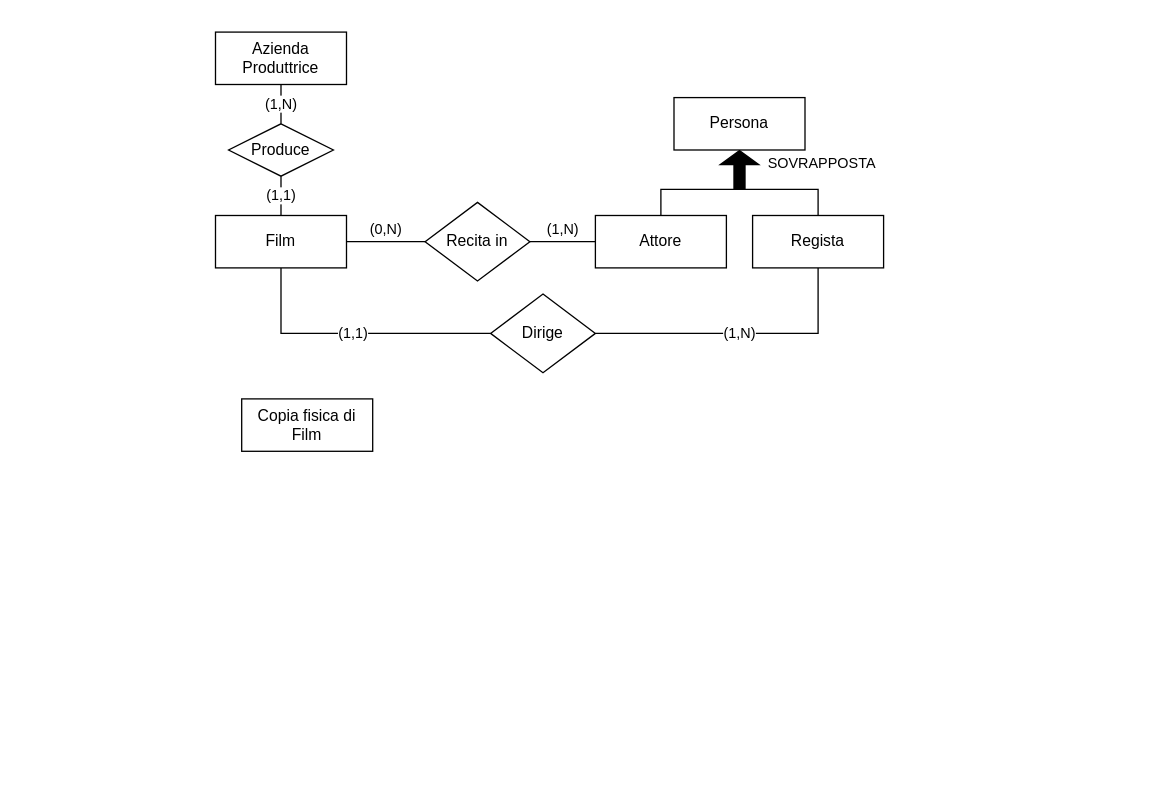
lazylace37/uni_basi_di_dati_lab keeps this draw.io diagram as ER.drawio. Above is the earlier version. Source tidied: cells renumbered, new cells numbered last; positions are measured from the earlier drawing's top-left corner, leaving out a move shared by most shapes. Both pictures are drawn from the tidied source at 131%, with x=0, y=0 at pixel (215, 31).
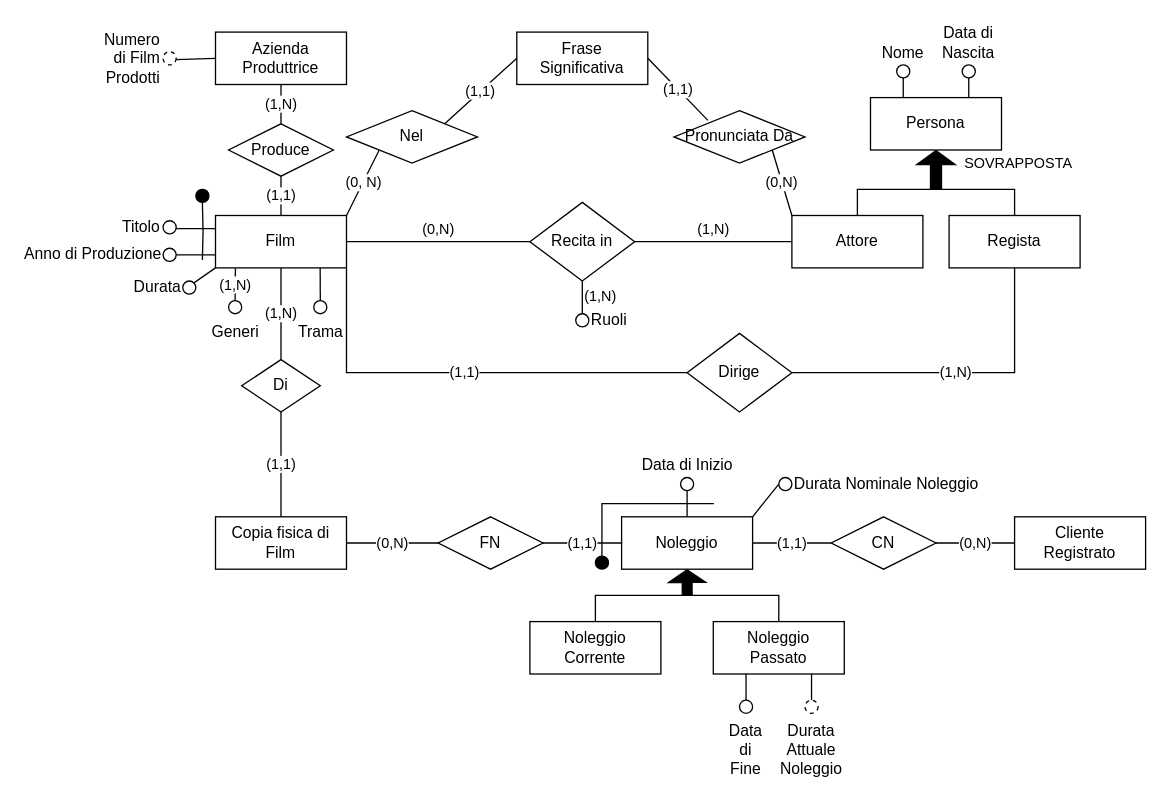
The same page after the edit.

Unchanged cells that the change refers to:
```xml
<mxCell id="2" value="Film" style="whiteSpace=wrap;html=1;align=center;" parent="1" vertex="1">
  <mxGeometry y="140" width="100" height="40" as="geometry" />
</mxCell>
<mxCell id="16" value="Azienda Produttrice" style="whiteSpace=wrap;html=1;align=center;" parent="1" vertex="1">
  <mxGeometry width="100" height="40" as="geometry" />
</mxCell>
```

What changed in the source:
```diff
@@
+    <mxCell id="19" style="shape=partialRectangle;whiteSpace=wrap;html=1;bottom=0;right=0;fillColor=none;fontFamily=Helvetica;fontSize=11;fontColor=default;labelBackgroundColor=default;" parent="1" vertex="1">
+      <mxGeometry x="295" y="360" width="85" height="40" as="geometry" />
+    </mxCell>
+    <mxCell id="20" style="rounded=0;jettySize=auto;html=1;exitX=0;exitY=0.25;exitDx=0;exitDy=0;entryX=1;entryY=0.5;entryDx=0;entryDy=0;endArrow=none;endFill=0;edgeStyle=orthogonalEdgeStyle;" parent="1" edge="1" source="2" target="25">
+      <mxGeometry relative="1" as="geometry" />
+    </mxCell>
+    <mxCell id="21" style="edgeStyle=orthogonalEdgeStyle;shape=connector;rounded=0;jettySize=auto;html=1;exitX=0;exitY=0.75;exitDx=0;exitDy=0;entryX=1;entryY=0.5;entryDx=0;entryDy=0;strokeColor=default;align=center;verticalAlign=middle;fontFamily=Helvetica;fontSize=11;fontColor=default;labelBackgroundColor=default;endArrow=none;endFill=0;" parent="1" edge="1" source="2" target="26">
+      <mxGeometry relative="1" as="geometry" />
+    </mxCell>
+    <mxCell id="22" value="(0, N)" style="shape=connector;rounded=0;jettySize=auto;html=1;exitX=1;exitY=0;exitDx=0;exitDy=0;entryX=0;entryY=1;entryDx=0;entryDy=0;strokeColor=default;align=center;verticalAlign=middle;fontFamily=Helvetica;fontSize=11;fontColor=default;labelBackgroundColor=default;endArrow=none;endFill=0;" parent="1" edge="1" source="2" target="31">
+      <mxGeometry relative="1" as="geometry" />
+    </mxCell>
@@
     <mxCell id="3" style="edgeStyle=orthogonalEdgeStyle;shape=connector;rounded=0;jettySize=auto;html=1;exitX=0.5;exitY=0;exitDx=0;exitDy=0;entryX=0.5;entryY=0;entryDx=0;entryDy=0;strokeColor=default;align=center;verticalAlign=middle;fontFamily=Helvetica;fontSize=11;fontColor=default;labelBackgroundColor=default;endArrow=none;endFill=0;" parent="1" edge="1" source="4" target="8">
       <mxGeometry relative="1" as="geometry">
         <Array as="points">
-          <mxPoint x="340" y="120" />
-          <mxPoint x="460" y="120" />
+          <mxPoint x="490" y="120" />
+          <mxPoint x="610" y="120" />
         </Array>
       </mxGeometry>
     </mxCell>
     <mxCell id="4" value="Attore" style="whiteSpace=wrap;html=1;align=center;" parent="1" vertex="1">
-      <mxGeometry x="290" y="140" width="100" height="40" as="geometry" />
+      <mxGeometry x="440" y="140" width="100" height="40" as="geometry" />
     </mxCell>
@@
     <mxCell id="7" value="Recita in" style="shape=rhombus;perimeter=rhombusPerimeter;whiteSpace=wrap;html=1;align=center;" parent="1" vertex="1">
-      <mxGeometry x="160" y="130" width="80" height="60" as="geometry" />
+      <mxGeometry x="240" y="130" width="80" height="60" as="geometry" />
     </mxCell>
     <mxCell id="8" value="Regista" style="whiteSpace=wrap;html=1;align=center;" parent="1" vertex="1">
-      <mxGeometry x="410" y="140" width="100" height="40" as="geometry" />
+      <mxGeometry x="560" y="140" width="100" height="40" as="geometry" />
     </mxCell>
     <mxCell id="9" value="SOVRAPPOSTA" style="edgeStyle=none;shape=flexArrow;rounded=0;jettySize=auto;html=1;exitX=0.5;exitY=1;exitDx=0;exitDy=0;strokeColor=default;align=left;verticalAlign=middle;fontFamily=Helvetica;fontSize=11;fontColor=default;labelBackgroundColor=default;endArrow=none;endFill=0;startArrow=block;startFill=1;width=8.421052631578947;startSize=3.2368421052631584;fillColor=#000000;labelPosition=right;verticalLabelPosition=middle;" parent="1" edge="1" source="10">
       <mxGeometry x="-0.33" y="20" relative="1" as="geometry">
-        <mxPoint x="400" y="120" as="targetPoint" />
+        <mxPoint x="550" y="120" as="targetPoint" />
       </mxGeometry>
     </mxCell>
+    <mxCell id="23" style="edgeStyle=none;shape=connector;rounded=0;jettySize=auto;html=1;exitX=0.25;exitY=0;exitDx=0;exitDy=0;entryX=0.5;entryY=1;entryDx=0;entryDy=0;strokeColor=default;align=center;verticalAlign=middle;fontFamily=Helvetica;fontSize=11;fontColor=default;labelBackgroundColor=default;endArrow=none;endFill=0;" parent="1" edge="1" source="10" target="69">
+      <mxGeometry relative="1" as="geometry" />
+    </mxCell>
+    <mxCell id="24" style="edgeStyle=none;shape=connector;rounded=0;jettySize=auto;html=1;exitX=0.75;exitY=0;exitDx=0;exitDy=0;entryX=0.5;entryY=1;entryDx=0;entryDy=0;strokeColor=default;align=center;verticalAlign=middle;fontFamily=Helvetica;fontSize=11;fontColor=default;labelBackgroundColor=default;endArrow=none;endFill=0;" parent="1" edge="1" source="10" target="70">
+      <mxGeometry relative="1" as="geometry" />
+    </mxCell>
     <mxCell id="10" value="Persona" style="whiteSpace=wrap;html=1;align=center;" parent="1" vertex="1">
-      <mxGeometry x="350" y="50" width="100" height="40" as="geometry" />
+      <mxGeometry x="500" y="50" width="100" height="40" as="geometry" />
     </mxCell>
     <mxCell id="11" value="Copia fisica di Film" style="whiteSpace=wrap;html=1;align=center;" parent="1" vertex="1">
-      <mxGeometry x="20" y="280" width="100" height="40" as="geometry" />
+      <mxGeometry y="370" width="100" height="40" as="geometry" />
     </mxCell>
@@
-    <mxCell id="13" value="(1,1)" style="edgeStyle=orthogonalEdgeStyle;shape=connector;rounded=0;jettySize=auto;html=1;entryX=0.5;entryY=1;entryDx=0;entryDy=0;strokeColor=default;align=center;verticalAlign=middle;fontFamily=Helvetica;fontSize=11;fontColor=default;labelBackgroundColor=default;endArrow=none;endFill=0;" parent="1" edge="1" source="14" target="2">
-      <mxGeometry relative="1" as="geometry" />
+    <mxCell id="13" value="(1,1)" style="shape=connector;rounded=0;jettySize=auto;html=1;entryX=1;entryY=1;entryDx=0;entryDy=0;strokeColor=default;align=center;verticalAlign=middle;fontFamily=Helvetica;fontSize=11;fontColor=default;labelBackgroundColor=default;endArrow=none;endFill=0;edgeStyle=elbowEdgeStyle;elbow=vertical;" parent="1" edge="1" source="14" target="2">
+      <mxGeometry relative="1" as="geometry">
+        <Array as="points">
+          <mxPoint x="130" y="260" />
+        </Array>
+      </mxGeometry>
     </mxCell>
     <mxCell id="14" value="Dirige" style="shape=rhombus;perimeter=rhombusPerimeter;whiteSpace=wrap;html=1;align=center;" parent="1" vertex="1">
-      <mxGeometry x="210" y="200" width="80" height="60" as="geometry" />
+      <mxGeometry x="360" y="230" width="80" height="60" as="geometry" />
     </mxCell>
@@
+    <mxCell id="25" value="Titolo" style="ellipse;whiteSpace=wrap;html=1;align=right;labelPosition=left;verticalLabelPosition=middle;verticalAlign=middle;fillColor=default;" parent="1" vertex="1">
+      <mxGeometry x="-40" y="144" width="10" height="10" as="geometry" />
+    </mxCell>
+    <mxCell id="26" value="Anno di Produzione" style="ellipse;html=1;align=right;labelPosition=left;verticalLabelPosition=middle;verticalAlign=middle;fillColor=default;" parent="1" vertex="1">
+      <mxGeometry x="-40" y="165" width="10" height="10" as="geometry" />
+    </mxCell>
+    <mxCell id="27" style="endArrow=none;html=1;rounded=0;strokeColor=default;align=center;verticalAlign=middle;fontFamily=Helvetica;fontSize=11;fontColor=default;labelBackgroundColor=default;edgeStyle=orthogonalEdgeStyle;entryX=0.5;entryY=1;entryDx=0;entryDy=0;" parent="1" edge="1" target="28">
+      <mxGeometry relative="1" as="geometry">
+        <mxPoint x="-10" y="174" as="sourcePoint" />
+      </mxGeometry>
+    </mxCell>
+    <mxCell id="28" style="ellipse;whiteSpace=wrap;html=1;align=right;labelPosition=left;verticalLabelPosition=middle;verticalAlign=middle;fillColor=#000000;" parent="1" vertex="1">
+      <mxGeometry x="-15" y="120" width="10" height="10" as="geometry" />
+    </mxCell>
+    <mxCell id="29" value="Frase Significativa" style="whiteSpace=wrap;html=1;align=center;" parent="1" vertex="1">
+      <mxGeometry x="230" width="100" height="40" as="geometry" />
+    </mxCell>
+    <mxCell id="30" value="(1,1)" style="edgeStyle=none;shape=connector;rounded=0;jettySize=auto;html=1;exitX=1;exitY=0;exitDx=0;exitDy=0;entryX=0;entryY=0.5;entryDx=0;entryDy=0;strokeColor=default;align=center;verticalAlign=middle;fontFamily=Helvetica;fontSize=11;fontColor=default;labelBackgroundColor=default;endArrow=none;endFill=0;" parent="1" edge="1" source="31" target="29">
+      <mxGeometry relative="1" as="geometry" />
+    </mxCell>
+    <mxCell id="31" value="Nel" style="shape=rhombus;perimeter=rhombusPerimeter;whiteSpace=wrap;html=1;align=center;" parent="1" vertex="1">
+      <mxGeometry x="100" y="60" width="100" height="40" as="geometry" />
+    </mxCell>
+    <mxCell id="32" value="(0,N)" style="edgeStyle=none;shape=connector;rounded=0;jettySize=auto;html=1;exitX=1;exitY=1;exitDx=0;exitDy=0;entryX=0;entryY=0;entryDx=0;entryDy=0;strokeColor=default;align=center;verticalAlign=middle;fontFamily=Helvetica;fontSize=11;fontColor=default;labelBackgroundColor=default;endArrow=none;endFill=0;" parent="1" edge="1" source="33" target="4">
+      <mxGeometry relative="1" as="geometry" />
+    </mxCell>
+    <mxCell id="33" value="Pronunciata Da" style="shape=rhombus;perimeter=rhombusPerimeter;whiteSpace=wrap;html=1;align=center;" parent="1" vertex="1">
+      <mxGeometry x="350" y="60" width="100" height="40" as="geometry" />
+    </mxCell>
+    <mxCell id="34" value="(1,1)" style="edgeStyle=none;shape=connector;rounded=0;jettySize=auto;html=1;exitX=1;exitY=0.5;exitDx=0;exitDy=0;entryX=0.259;entryY=0.184;entryDx=0;entryDy=0;entryPerimeter=0;strokeColor=default;align=center;verticalAlign=middle;fontFamily=Helvetica;fontSize=11;fontColor=default;labelBackgroundColor=default;endArrow=none;endFill=0;" parent="1" edge="1" source="29" target="33">
+      <mxGeometry relative="1" as="geometry" />
+    </mxCell>
+    <mxCell id="35" value="(1,N)" style="edgeStyle=none;shape=connector;rounded=0;jettySize=auto;html=1;exitX=0.5;exitY=0;exitDx=0;exitDy=0;entryX=0.5;entryY=1;entryDx=0;entryDy=0;strokeColor=default;align=left;verticalAlign=middle;fontFamily=Helvetica;fontSize=11;fontColor=default;labelBackgroundColor=default;endArrow=none;endFill=0;labelPosition=right;verticalLabelPosition=middle;" parent="1" edge="1" source="36" target="7">
+      <mxGeometry relative="1" as="geometry" />
+    </mxCell>
+    <mxCell id="36" value="Ruoli" style="ellipse;whiteSpace=wrap;html=1;align=left;labelPosition=right;verticalLabelPosition=middle;verticalAlign=middle;fillColor=default;" parent="1" vertex="1">
+      <mxGeometry x="275" y="215" width="10" height="10" as="geometry" />
+    </mxCell>
+    <mxCell id="37" value="(1,1)" style="edgeStyle=none;shape=connector;rounded=0;jettySize=auto;html=1;entryX=1;entryY=0.5;entryDx=0;entryDy=0;strokeColor=default;align=center;verticalAlign=middle;fontFamily=Helvetica;fontSize=11;fontColor=default;labelBackgroundColor=default;endArrow=none;endFill=0;exitX=0;exitY=0.5;exitDx=0;exitDy=0;" parent="1" edge="1" source="53" target="44">
+      <mxGeometry relative="1" as="geometry" />
+    </mxCell>
+    <mxCell id="38" value="(0,N)" style="edgeStyle=none;shape=connector;rounded=0;jettySize=auto;html=1;exitX=0;exitY=0.5;exitDx=0;exitDy=0;entryX=1;entryY=0.5;entryDx=0;entryDy=0;strokeColor=default;align=center;verticalAlign=middle;fontFamily=Helvetica;fontSize=11;fontColor=default;labelBackgroundColor=default;endArrow=none;endFill=0;" parent="1" edge="1" source="39" target="47">
+      <mxGeometry relative="1" as="geometry" />
+    </mxCell>
+    <mxCell id="39" value="Cliente&lt;div&gt;Registrato&lt;/div&gt;" style="whiteSpace=wrap;html=1;align=center;" parent="1" vertex="1">
+      <mxGeometry x="610" y="370" width="100" height="40" as="geometry" />
+    </mxCell>
+    <mxCell id="40" value="(1,N)" style="edgeStyle=none;shape=connector;rounded=0;jettySize=auto;html=1;exitX=0.5;exitY=0;exitDx=0;exitDy=0;entryX=0.5;entryY=1;entryDx=0;entryDy=0;strokeColor=default;align=center;verticalAlign=middle;fontFamily=Helvetica;fontSize=11;fontColor=default;labelBackgroundColor=default;endArrow=none;endFill=0;" parent="1" edge="1" source="41" target="2">
+      <mxGeometry relative="1" as="geometry" />
+    </mxCell>
+    <mxCell id="41" value="Di" style="shape=rhombus;perimeter=rhombusPerimeter;whiteSpace=wrap;html=1;align=center;" parent="1" vertex="1">
+      <mxGeometry x="20" y="250" width="60" height="40" as="geometry" />
+    </mxCell>
+    <mxCell id="42" value="(1,1)" style="edgeStyle=none;shape=connector;rounded=0;jettySize=auto;html=1;strokeColor=default;align=center;verticalAlign=middle;fontFamily=Helvetica;fontSize=11;fontColor=default;labelBackgroundColor=default;endArrow=none;endFill=0;entryX=0.5;entryY=0;entryDx=0;entryDy=0;" parent="1" edge="1" source="41" target="11">
+      <mxGeometry relative="1" as="geometry" />
+    </mxCell>
+    <mxCell id="43" value="(0,N)" style="edgeStyle=none;shape=connector;rounded=0;jettySize=auto;html=1;exitX=0;exitY=0.5;exitDx=0;exitDy=0;entryX=1;entryY=0.5;entryDx=0;entryDy=0;strokeColor=default;align=center;verticalAlign=middle;fontFamily=Helvetica;fontSize=11;fontColor=default;labelBackgroundColor=default;endArrow=none;endFill=0;" parent="1" edge="1" source="44" target="11">
+      <mxGeometry relative="1" as="geometry" />
+    </mxCell>
+    <mxCell id="44" value="FN" style="shape=rhombus;perimeter=rhombusPerimeter;whiteSpace=wrap;html=1;align=center;" parent="1" vertex="1">
+      <mxGeometry x="170" y="370" width="80" height="40" as="geometry" />
+    </mxCell>
+    <mxCell id="45" style="edgeStyle=none;shape=connector;rounded=0;jettySize=auto;html=1;exitX=1;exitY=0;exitDx=0;exitDy=0;entryX=0;entryY=0.5;entryDx=0;entryDy=0;strokeColor=default;align=center;verticalAlign=middle;fontFamily=Helvetica;fontSize=11;fontColor=default;labelBackgroundColor=default;endArrow=none;endFill=0;" parent="1" edge="1" source="53" target="50">
+      <mxGeometry relative="1" as="geometry" />
+    </mxCell>
+    <mxCell id="46" value="(1,1)" style="edgeStyle=none;shape=connector;rounded=0;jettySize=auto;html=1;exitX=0;exitY=0.5;exitDx=0;exitDy=0;entryX=1;entryY=0.5;entryDx=0;entryDy=0;strokeColor=default;align=center;verticalAlign=middle;fontFamily=Helvetica;fontSize=11;fontColor=default;labelBackgroundColor=default;endArrow=none;endFill=0;" parent="1" edge="1" source="47" target="53">
+      <mxGeometry relative="1" as="geometry" />
+    </mxCell>
+    <mxCell id="47" value="CN" style="shape=rhombus;perimeter=rhombusPerimeter;whiteSpace=wrap;html=1;align=center;" parent="1" vertex="1">
+      <mxGeometry x="470" y="370" width="80" height="40" as="geometry" />
+    </mxCell>
+    <mxCell id="48" value="Data di Inizio" style="ellipse;html=1;align=center;labelPosition=center;verticalLabelPosition=top;verticalAlign=bottom;fillColor=default;" parent="1" vertex="1">
+      <mxGeometry x="355" y="340" width="10" height="10" as="geometry" />
+    </mxCell>
+    <mxCell id="49" style="ellipse;whiteSpace=wrap;html=1;align=right;labelPosition=left;verticalLabelPosition=middle;verticalAlign=middle;fillColor=#000000;" parent="1" vertex="1">
+      <mxGeometry x="290" y="400" width="10" height="10" as="geometry" />
+    </mxCell>
+    <mxCell id="50" value="Durata Nominale Noleggio" style="ellipse;html=1;align=left;labelPosition=right;verticalLabelPosition=middle;verticalAlign=middle;fillColor=default;" parent="1" vertex="1">
+      <mxGeometry x="430" y="340" width="10" height="10" as="geometry" />
+    </mxCell>
+    <mxCell id="51" style="edgeStyle=none;shape=connector;rounded=0;jettySize=auto;html=1;exitX=0.5;exitY=0;exitDx=0;exitDy=0;entryX=0.5;entryY=1;entryDx=0;entryDy=0;strokeColor=default;align=center;verticalAlign=middle;fontFamily=Helvetica;fontSize=11;fontColor=default;labelBackgroundColor=default;endArrow=none;endFill=0;" parent="1" edge="1" source="53" target="48">
+      <mxGeometry relative="1" as="geometry" />
+    </mxCell>
+    <mxCell id="52" style="edgeStyle=none;shape=flexArrow;rounded=0;jettySize=auto;html=1;exitX=0.5;exitY=1;exitDx=0;exitDy=0;strokeColor=default;align=center;verticalAlign=middle;fontFamily=Helvetica;fontSize=11;fontColor=default;labelBackgroundColor=default;endArrow=none;endFill=0;startArrow=block;startFill=1;width=7.486033519553073;startSize=2.879329608938548;fillColor=#000000;" parent="1" edge="1" source="53">
+      <mxGeometry relative="1" as="geometry">
+        <mxPoint x="360.1" y="430" as="targetPoint" />
+      </mxGeometry>
+    </mxCell>
+    <mxCell id="53" value="Noleggio" style="whiteSpace=wrap;html=1;align=center;" parent="1" vertex="1">
+      <mxGeometry x="310" y="370" width="100" height="40" as="geometry" />
+    </mxCell>
+    <mxCell id="54" style="edgeStyle=elbowEdgeStyle;shape=connector;rounded=0;jettySize=auto;html=1;exitX=0.5;exitY=0;exitDx=0;exitDy=0;entryX=0.5;entryY=0;entryDx=0;entryDy=0;strokeColor=default;align=center;verticalAlign=middle;fontFamily=Helvetica;fontSize=11;fontColor=default;labelBackgroundColor=default;endArrow=none;endFill=0;elbow=vertical;" parent="1" edge="1" source="55" target="58">
+      <mxGeometry relative="1" as="geometry">
+        <Array as="points">
+          <mxPoint x="360" y="430" />
+        </Array>
+      </mxGeometry>
+    </mxCell>
+    <mxCell id="55" value="Noleggio&lt;div&gt;Corrente&lt;/div&gt;" style="whiteSpace=wrap;html=1;align=center;" parent="1" vertex="1">
+      <mxGeometry x="240" y="450" width="100" height="40" as="geometry" />
+    </mxCell>
+    <mxCell id="56" style="edgeStyle=none;shape=connector;rounded=0;jettySize=auto;html=1;exitX=0.75;exitY=1;exitDx=0;exitDy=0;entryX=0.5;entryY=0;entryDx=0;entryDy=0;strokeColor=default;align=center;verticalAlign=middle;fontFamily=Helvetica;fontSize=11;fontColor=default;labelBackgroundColor=default;endArrow=none;endFill=0;" parent="1" edge="1" source="58" target="59">
+      <mxGeometry relative="1" as="geometry" />
+    </mxCell>
+    <mxCell id="57" style="edgeStyle=none;shape=connector;rounded=0;jettySize=auto;html=1;exitX=0.25;exitY=1;exitDx=0;exitDy=0;entryX=0.5;entryY=0;entryDx=0;entryDy=0;strokeColor=default;align=center;verticalAlign=middle;fontFamily=Helvetica;fontSize=11;fontColor=default;labelBackgroundColor=default;endArrow=none;endFill=0;" parent="1" edge="1" source="58" target="60">
+      <mxGeometry relative="1" as="geometry" />
+    </mxCell>
+    <mxCell id="58" value="Noleggio&lt;div&gt;Passato&lt;/div&gt;" style="whiteSpace=wrap;html=1;align=center;" parent="1" vertex="1">
+      <mxGeometry x="380" y="450" width="100" height="40" as="geometry" />
+    </mxCell>
+    <mxCell id="59" value="Durata Attuale Noleggio" style="ellipse;html=1;align=center;labelPosition=center;verticalLabelPosition=bottom;verticalAlign=top;fillColor=default;dashed=1;whiteSpace=wrap;" parent="1" vertex="1">
+      <mxGeometry x="450" y="510" width="10" height="10" as="geometry" />
+    </mxCell>
+    <mxCell id="60" value="Data di Fine" style="ellipse;html=1;align=center;labelPosition=center;verticalLabelPosition=bottom;verticalAlign=top;fillColor=default;whiteSpace=wrap;" parent="1" vertex="1">
+      <mxGeometry x="400" y="510" width="10" height="10" as="geometry" />
+    </mxCell>
+    <mxCell id="61" style="edgeStyle=none;shape=connector;rounded=0;jettySize=auto;html=1;entryX=0;entryY=0.5;entryDx=0;entryDy=0;strokeColor=default;align=center;verticalAlign=middle;fontFamily=Helvetica;fontSize=11;fontColor=default;labelBackgroundColor=default;endArrow=none;endFill=0;" parent="1" edge="1" source="62" target="16">
+      <mxGeometry relative="1" as="geometry" />
+    </mxCell>
+    <mxCell id="62" value="Numero di Film Prodotti" style="ellipse;whiteSpace=wrap;html=1;align=right;labelPosition=left;verticalLabelPosition=middle;verticalAlign=middle;fillColor=default;dashed=1;" parent="1" vertex="1">
+      <mxGeometry x="-40" y="15" width="10" height="10" as="geometry" />
+    </mxCell>
+    <mxCell id="63" style="edgeStyle=none;shape=connector;rounded=0;jettySize=auto;html=1;exitX=1;exitY=0;exitDx=0;exitDy=0;entryX=0;entryY=1;entryDx=0;entryDy=0;strokeColor=default;align=center;verticalAlign=middle;fontFamily=Helvetica;fontSize=11;fontColor=default;labelBackgroundColor=default;endArrow=none;endFill=0;" parent="1" edge="1" source="64" target="2">
+      <mxGeometry relative="1" as="geometry" />
+    </mxCell>
+    <mxCell id="64" value="Durata" style="ellipse;html=1;align=right;labelPosition=left;verticalLabelPosition=middle;verticalAlign=middle;fillColor=default;" parent="1" vertex="1">
+      <mxGeometry x="-25" y="190" width="10" height="10" as="geometry" />
+    </mxCell>
+    <mxCell id="65" value="Generi" style="ellipse;html=1;align=center;labelPosition=center;verticalLabelPosition=bottom;verticalAlign=top;fillColor=default;" parent="1" vertex="1">
+      <mxGeometry x="10" y="205" width="10" height="10" as="geometry" />
+    </mxCell>
+    <mxCell id="66" value="(1,N)" style="edgeStyle=none;shape=connector;rounded=0;jettySize=auto;html=1;entryX=0.152;entryY=1.007;entryDx=0;entryDy=0;entryPerimeter=0;strokeColor=default;align=center;verticalAlign=middle;fontFamily=Helvetica;fontSize=11;fontColor=default;labelBackgroundColor=default;endArrow=none;endFill=0;" parent="1" edge="1" source="65" target="2">
+      <mxGeometry relative="1" as="geometry" />
+    </mxCell>
+    <mxCell id="67" value="Trama" style="ellipse;html=1;align=center;labelPosition=center;verticalLabelPosition=bottom;verticalAlign=top;fillColor=default;" parent="1" vertex="1">
+      <mxGeometry x="75" y="205" width="10" height="10" as="geometry" />
+    </mxCell>
+    <mxCell id="68" style="edgeStyle=none;shape=connector;rounded=0;jettySize=auto;html=1;entryX=0.799;entryY=1.001;entryDx=0;entryDy=0;entryPerimeter=0;strokeColor=default;align=center;verticalAlign=middle;fontFamily=Helvetica;fontSize=11;fontColor=default;labelBackgroundColor=default;endArrow=none;endFill=0;" parent="1" edge="1" source="67" target="2">
+      <mxGeometry relative="1" as="geometry" />
+    </mxCell>
+    <mxCell id="69" value="Nome" style="ellipse;html=1;align=center;labelPosition=center;verticalLabelPosition=top;verticalAlign=bottom;fillColor=default;whiteSpace=wrap;" parent="1" vertex="1">
+      <mxGeometry x="520" y="25" width="10" height="10" as="geometry" />
+    </mxCell>
+    <mxCell id="70" value="Data di Nascita" style="ellipse;html=1;align=center;labelPosition=center;verticalLabelPosition=top;verticalAlign=bottom;fillColor=default;whiteSpace=wrap;" parent="1" vertex="1">
+      <mxGeometry x="570" y="25" width="10" height="10" as="geometry" />
+    </mxCell>
```
